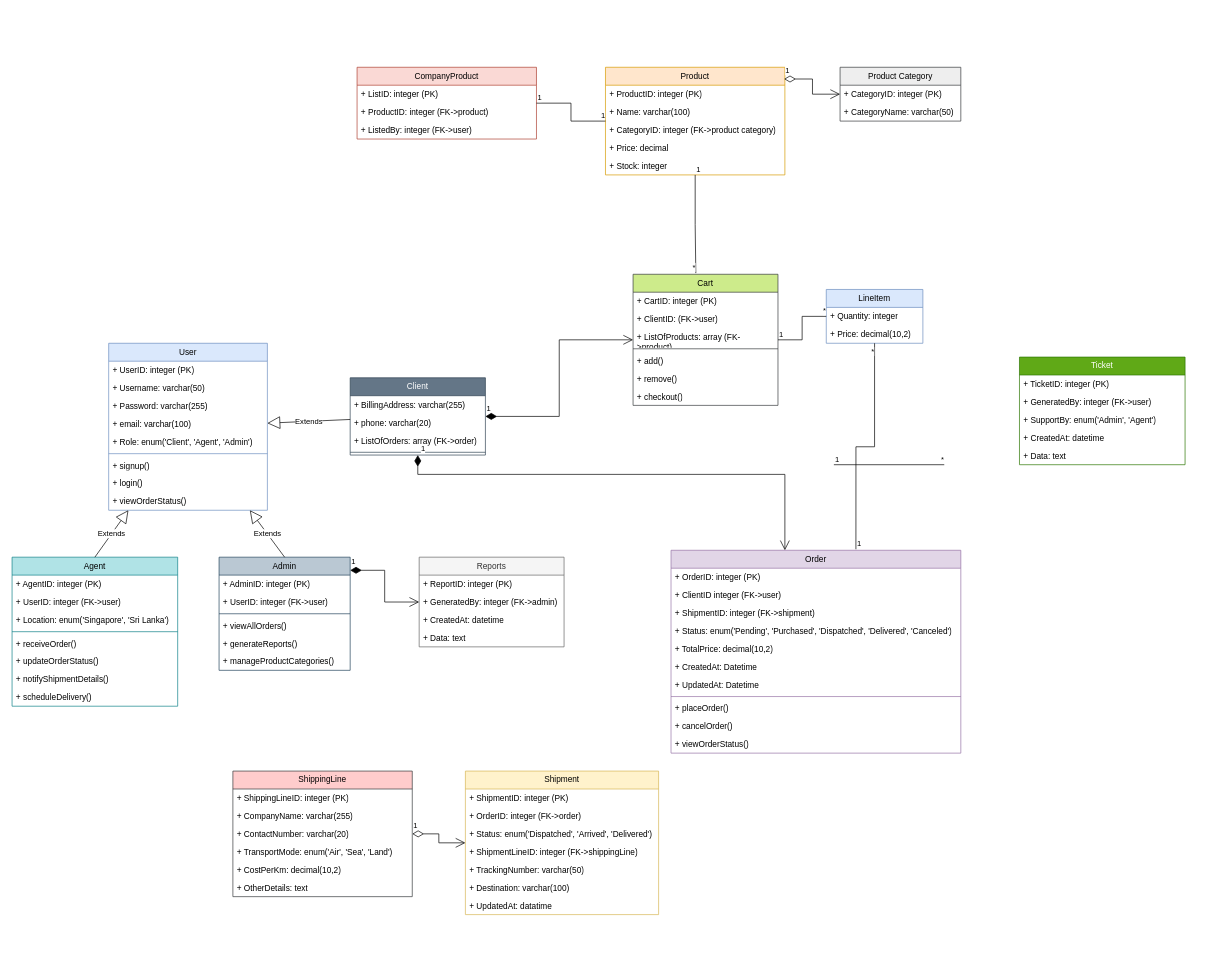
Above: diagrams/UML-class-diagram.drawio in K-M-Shehan/software-design-docs (draw.io), before the change. Source tidied: cells renumbered, new cells numbered last; positions are measured from the earlier drawing's top-left corner, leaving out a move shared by most shapes. Both pictures are drawn from the tidied source at 69%, with x=0, y=0 at pixel (12, 67).
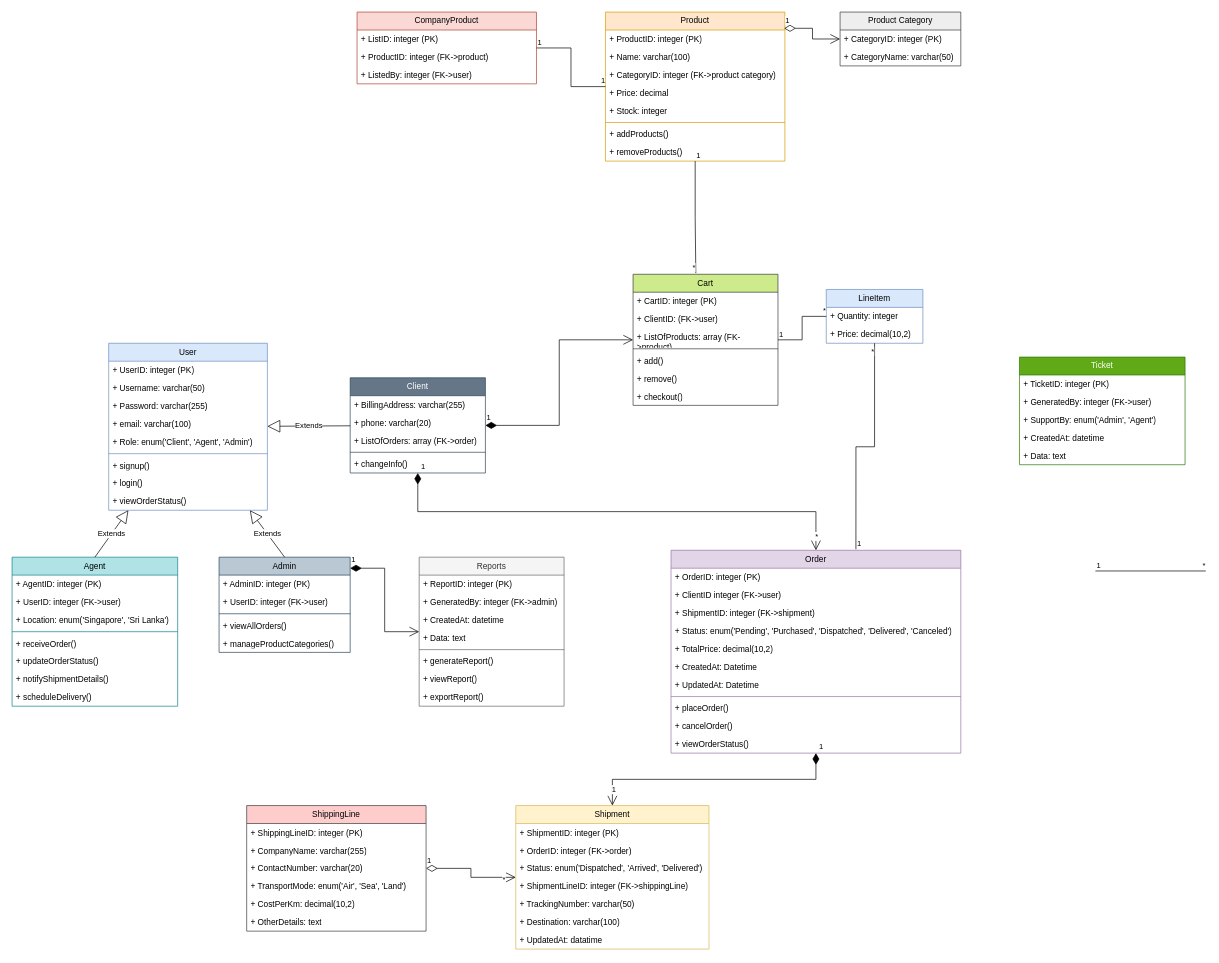
After the change.

Commit message:
updated methods (report, products)

The change refers to these unchanged cells:
```xml
<mxCell id="12" value="Order" style="swimlane;fontStyle=0;horizontal=1;startSize=26;fillColor=#e1d5e7;whiteSpace=wrap;html=1;strokeColor=#9673a6;" parent="1" vertex="1">
  <mxGeometry x="955" y="700" width="420" height="294" as="geometry" />
</mxCell>
<mxCell id="91" value="1" style="endArrow=open;html=1;endSize=12;startArrow=diamondThin;startSize=14;startFill=0;edgeStyle=orthogonalEdgeStyle;align=left;verticalAlign=bottom;rounded=0;" parent="1" edge="1" source="74" target="33">
  <mxGeometry x="-1" y="3" relative="1" as="geometry" />
</mxCell>
```

Change to the diagram source:
```diff
@@
     <mxCell id="24" value="Product" style="swimlane;fontStyle=0;horizontal=1;startSize=26;fillColor=#ffe6cc;whiteSpace=wrap;html=1;strokeColor=#d79b00;" parent="1" vertex="1">
-      <mxGeometry x="860" width="260" height="156" as="geometry" />
+      <mxGeometry x="860" y="-80" width="260" height="216" as="geometry" />
     </mxCell>
@@
+    <mxCell id="118" style="line;strokeWidth=1;fillColor=none;align=left;verticalAlign=middle;spacingTop=-1;spacingLeft=3;spacingRight=3;labelPosition=right;strokeColor=inherit;" parent="24" vertex="1">
+      <mxGeometry y="156" width="260" height="8" as="geometry" />
+    </mxCell>
+    <mxCell id="119" value="+ addProducts()" style="text;strokeColor=none;fillColor=none;align=left;verticalAlign=top;spacingLeft=4;spacingRight=4;overflow=hidden;whiteSpace=wrap;html=1;" parent="24" vertex="1">
+      <mxGeometry y="164" width="260" height="26" as="geometry" />
+    </mxCell>
+    <mxCell id="120" value="+ removeProducts()" style="text;strokeColor=none;fillColor=none;align=left;verticalAlign=top;spacingLeft=4;spacingRight=4;overflow=hidden;whiteSpace=wrap;html=1;" parent="24" vertex="1">
+      <mxGeometry y="190" width="260" height="26" as="geometry" />
+    </mxCell>
     <mxCell id="30" value="Product Category" style="swimlane;fontStyle=0;horizontal=1;startSize=26;fillColor=#eeeeee;whiteSpace=wrap;html=1;strokeColor=#36393d;" parent="1" vertex="1">
-      <mxGeometry x="1200" width="175" height="78" as="geometry" />
+      <mxGeometry x="1200" y="-80" width="175" height="78" as="geometry" />
     </mxCell>
@@
     <mxCell id="33" value="Shipment" style="swimlane;fontStyle=0;horizontal=1;startSize=26;fillColor=#fff2cc;whiteSpace=wrap;html=1;strokeColor=#d6b656;" parent="1" vertex="1">
-      <mxGeometry x="657" y="1020" width="280" height="208" as="geometry" />
+      <mxGeometry x="730" y="1070" width="280" height="208" as="geometry" />
     </mxCell>
@@
     <mxCell id="50" value="Admin" style="swimlane;fontStyle=0;horizontal=1;startSize=26;fillColor=#bac8d3;whiteSpace=wrap;html=1;strokeColor=#23445d;" parent="1" vertex="1">
-      <mxGeometry x="300" y="710" width="190" height="164" as="geometry" />
+      <mxGeometry x="300" y="710" width="190" height="138" as="geometry" />
     </mxCell>
@@
-    <mxCell id="55" value="+ generateReports()" style="text;strokeColor=none;fillColor=none;align=left;verticalAlign=top;spacingLeft=4;spacingRight=4;overflow=hidden;whiteSpace=wrap;html=1;" parent="50" vertex="1">
-      <mxGeometry y="112" width="190" height="26" as="geometry" />
-    </mxCell>
     <mxCell id="56" value="+ manageProductCategories()" style="text;strokeColor=none;fillColor=none;align=left;verticalAlign=top;spacingLeft=4;spacingRight=4;overflow=hidden;whiteSpace=wrap;html=1;" parent="50" vertex="1">
-      <mxGeometry y="138" width="190" height="26" as="geometry" />
+      <mxGeometry y="112" width="190" height="26" as="geometry" />
     </mxCell>
     <mxCell id="57" value="Reports" style="swimlane;fontStyle=0;horizontal=1;startSize=26;fillColor=#f5f5f5;whiteSpace=wrap;html=1;fontColor=#333333;strokeColor=#666666;" parent="1" vertex="1">
-      <mxGeometry x="590" y="710" width="210" height="130" as="geometry" />
+      <mxGeometry x="590" y="710" width="210" height="216" as="geometry" />
     </mxCell>
@@
+    <mxCell id="121" style="line;strokeWidth=1;fillColor=none;align=left;verticalAlign=middle;spacingTop=-1;spacingLeft=3;spacingRight=3;labelPosition=right;strokeColor=inherit;" parent="57" vertex="1">
+      <mxGeometry y="130" width="210" height="8" as="geometry" />
+    </mxCell>
+    <mxCell id="55" value="+ generateReport()" style="text;strokeColor=none;fillColor=none;align=left;verticalAlign=top;spacingLeft=4;spacingRight=4;overflow=hidden;whiteSpace=wrap;html=1;" parent="57" vertex="1">
+      <mxGeometry y="138" width="210" height="26" as="geometry" />
+    </mxCell>
+    <mxCell id="122" value="+ viewReport()" style="text;strokeColor=none;fillColor=none;align=left;verticalAlign=top;spacingLeft=4;spacingRight=4;overflow=hidden;whiteSpace=wrap;html=1;" parent="57" vertex="1">
+      <mxGeometry y="164" width="210" height="26" as="geometry" />
+    </mxCell>
+    <mxCell id="123" value="+ exportReport()" style="text;strokeColor=none;fillColor=none;align=left;verticalAlign=top;spacingLeft=4;spacingRight=4;overflow=hidden;whiteSpace=wrap;html=1;" parent="57" vertex="1">
+      <mxGeometry y="190" width="210" height="26" as="geometry" />
+    </mxCell>
     <mxCell id="62" value="CompanyProduct" style="swimlane;fontStyle=0;horizontal=1;startSize=26;fillColor=#fad9d5;whiteSpace=wrap;html=1;strokeColor=#ae4132;" parent="1" vertex="1">
-      <mxGeometry x="500" width="260" height="104" as="geometry" />
+      <mxGeometry x="500" y="-80" width="260" height="104" as="geometry" />
     </mxCell>
@@
     <mxCell id="74" value="ShippingLine" style="swimlane;fontStyle=0;horizontal=1;startSize=26;fillColor=#ffcccc;whiteSpace=wrap;html=1;strokeColor=#36393d;" parent="1" vertex="1">
-      <mxGeometry x="320" y="1020" width="260" height="182" as="geometry" />
+      <mxGeometry x="340" y="1070" width="260" height="182" as="geometry" />
     </mxCell>
@@
+    <mxCell id="124" value="*" style="edgeLabel;html=1;align=center;verticalAlign=middle;" parent="91" vertex="1">
+      <mxGeometry x="0.75" y="-2" relative="1" as="geometry" />
+    </mxCell>
@@
     <mxCell id="98" style="endArrow=none;html=1;edgeStyle=orthogonalEdgeStyle;rounded=0;" parent="1" edge="1">
       <mxGeometry relative="1" as="geometry">
-        <mxPoint x="1191" y="576" as="sourcePoint" />
-        <mxPoint x="1351" y="576" as="targetPoint" />
+        <mxPoint x="1570" y="730" as="sourcePoint" />
+        <mxPoint x="1730" y="730" as="targetPoint" />
       </mxGeometry>
     </mxCell>
@@
     <mxCell id="110" value="Client" style="swimlane;fontStyle=0;horizontal=1;startSize=26;fillColor=#647687;whiteSpace=wrap;html=1;strokeColor=#314354;fontColor=#ffffff;" parent="1" vertex="1">
-      <mxGeometry x="490" y="450" width="196" height="112" as="geometry" />
+      <mxGeometry x="490" y="450" width="196" height="138" as="geometry" />
     </mxCell>
@@
+    <mxCell id="125" value="+ changeInfo()" style="text;strokeColor=none;fillColor=none;align=left;verticalAlign=top;spacingLeft=4;spacingRight=4;overflow=hidden;whiteSpace=wrap;html=1;" parent="110" vertex="1">
+      <mxGeometry y="112" width="196" height="26" as="geometry" />
+    </mxCell>
@@
+    <mxCell id="126" value="1" style="endArrow=open;html=1;endSize=12;startArrow=diamondThin;startSize=14;startFill=1;edgeStyle=orthogonalEdgeStyle;align=left;verticalAlign=bottom;rounded=0;exitX=0.5;exitY=1;exitDx=0;exitDy=0;" parent="1" edge="1" source="110" target="12">
+      <mxGeometry x="-1" y="3" relative="1" as="geometry" />
+    </mxCell>
+    <mxCell id="127" value="*" style="edgeLabel;html=1;align=center;verticalAlign=middle;" parent="126" vertex="1">
+      <mxGeometry x="0.94" relative="1" as="geometry" />
+    </mxCell>
-    <mxCell id="117" value="1" style="endArrow=open;html=1;endSize=12;startArrow=diamondThin;startSize=14;startFill=1;edgeStyle=orthogonalEdgeStyle;align=left;verticalAlign=bottom;rounded=0;" parent="1" edge="1" source="110" target="12">
-      <mxGeometry x="-1" y="3" relative="1" as="geometry">
-        <Array as="points">
-          <mxPoint x="588" y="590" />
-          <mxPoint x="1120" y="590" />
-        </Array>
-      </mxGeometry>
+    <mxCell id="117" value="1" style="endArrow=open;html=1;endSize=12;startArrow=diamondThin;startSize=14;startFill=1;edgeStyle=orthogonalEdgeStyle;align=left;verticalAlign=bottom;rounded=0;" parent="1" edge="1" source="12" target="33">
+      <mxGeometry x="-1" y="3" relative="1" as="geometry" />
     </mxCell>
+    <mxCell id="128" value="1" style="edgeLabel;html=1;align=center;verticalAlign=middle;" parent="117" vertex="1">
+      <mxGeometry x="0.87" y="1" relative="1" as="geometry" />
+    </mxCell>
```
